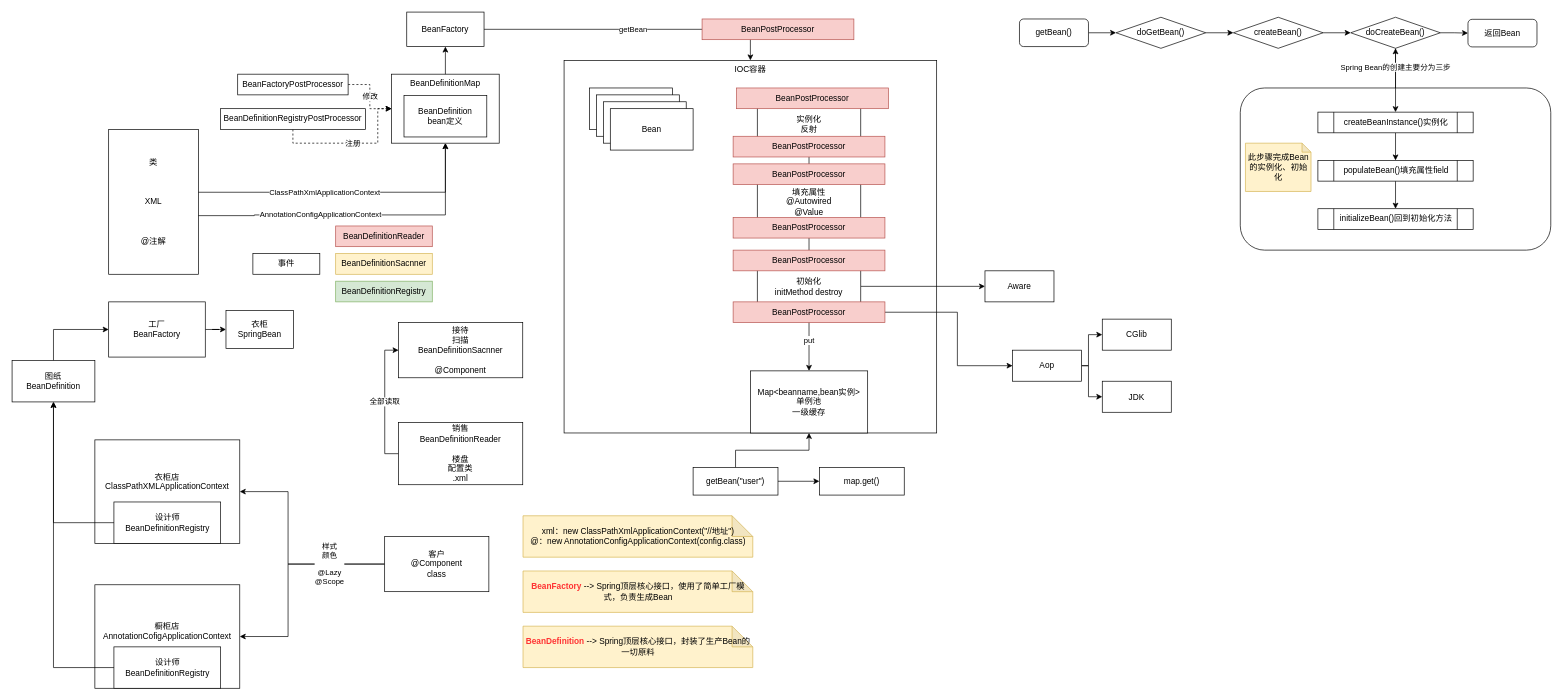
Earlier version of the draw.io diagram page "IOC" (1 of 2) of Spring.drawio (CaiShaobin/abin_drawio). Source tidied: cells renumbered, new cells numbered last; positions are measured from the earlier drawing's top-left corner, leaving out a move shared by most shapes. Both pictures are drawn from the tidied source at 69%, with x=0, y=0 at pixel (12, 12).
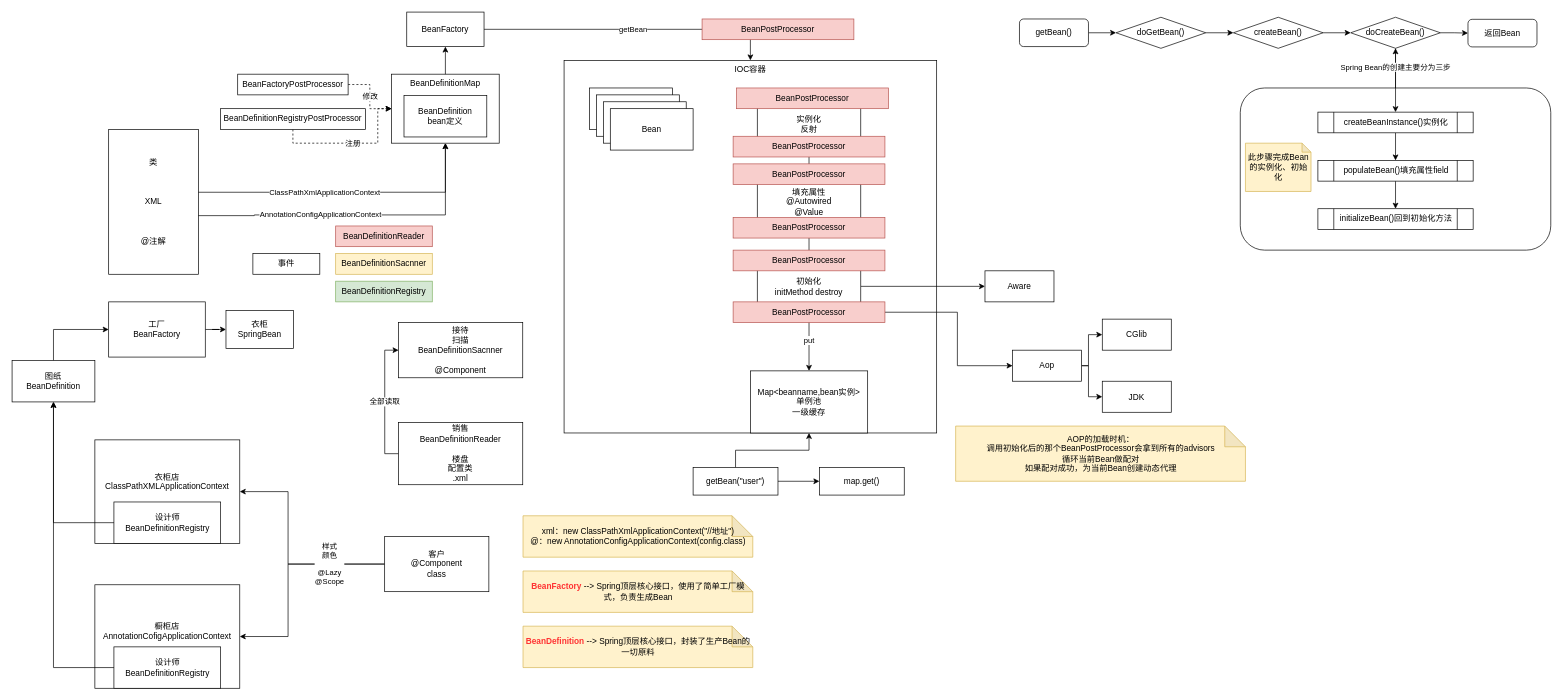
After the change.

What changed in the source:
```diff
@@
+    <mxCell id="91" value="AOP的加载时机：&lt;br&gt;调用初始化后的那个BeanPostProcessor会拿到所有的advisors&lt;br&gt;循环当前Bean做配对&lt;br&gt;如果配对成功，为当前Bean创建动态代理" style="shape=note;whiteSpace=wrap;html=1;backgroundOutline=1;darkOpacity=0.05;fillColor=#fff2cc;strokeColor=#d6b656;" parent="1" vertex="1">
+      <mxGeometry x="1367.5" y="600" width="420" height="80" as="geometry" />
+    </mxCell>
```
